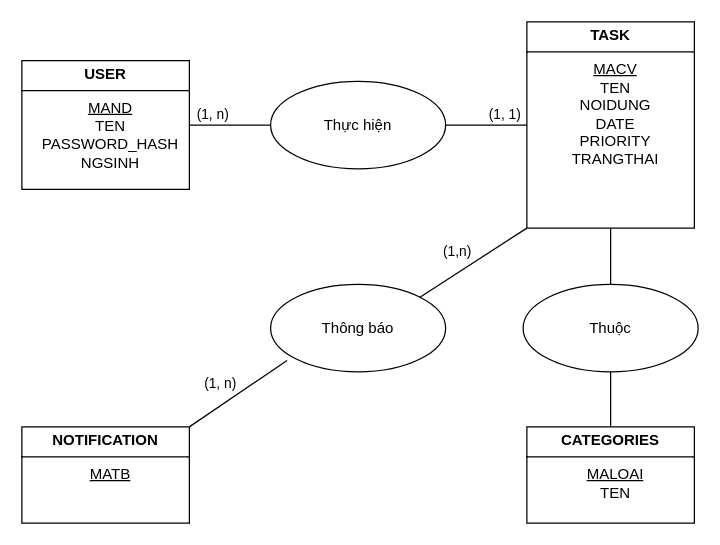
The draw.io diagram task_management.drawio in ippapi/diagram, before the edit. Source tidied: cells renumbered, new cells numbered last; positions are measured from the earlier drawing's top-left corner, leaving out a move shared by most shapes. Both pictures are drawn from the tidied source at 125%, with x=0, y=0 at pixel (21, 21).
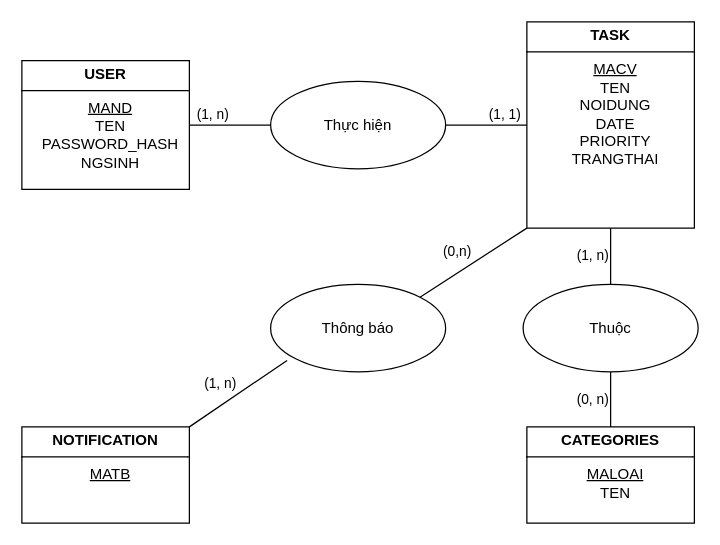
The same page after the edit.

Diff of the diagram source:
```diff
@@
 <mxGraphModel>
   <root>
     <mxCell id="0" />
     <mxCell id="1" parent="0" />
     <mxCell id="2" value="&lt;p style=&quot;margin: 4px 0px 0px;&quot;&gt;&lt;b&gt;USER&lt;/b&gt;&lt;/p&gt;&lt;hr size=&quot;1&quot; style=&quot;border-style:solid;&quot;&gt;&lt;p style=&quot;margin: 0px 0px 0px 8px;&quot;&gt;&lt;u&gt;MAND&lt;/u&gt;&lt;/p&gt;&lt;p style=&quot;margin: 0px 0px 0px 8px;&quot;&gt;TEN&lt;/p&gt;&lt;p style=&quot;margin: 0px 0px 0px 8px;&quot;&gt;PASSWORD_HASH&lt;/p&gt;&lt;p style=&quot;margin: 0px 0px 0px 8px;&quot;&gt;NGSINH&lt;/p&gt;" style="verticalAlign=top;align=center;overflow=fill;html=1;whiteSpace=wrap;" parent="1" vertex="1">
       <mxGeometry y="31" width="134" height="103" as="geometry" />
     </mxCell>
     <mxCell id="3" value="&lt;p style=&quot;margin: 4px 0px 0px;&quot;&gt;&lt;b style=&quot;&quot;&gt;TASK&lt;/b&gt;&lt;/p&gt;&lt;hr style=&quot;border-style:solid;&quot; size=&quot;1&quot;&gt;&lt;p style=&quot;margin:0px;margin-left:8px;&quot;&gt;&lt;u&gt;MACV&lt;/u&gt;&lt;/p&gt;&lt;p style=&quot;margin:0px;margin-left:8px;&quot;&gt;TEN&lt;/p&gt;&lt;p style=&quot;margin:0px;margin-left:8px;&quot;&gt;NOIDUNG&lt;/p&gt;&lt;p style=&quot;margin:0px;margin-left:8px;&quot;&gt;DATE&lt;/p&gt;&lt;p style=&quot;margin:0px;margin-left:8px;&quot;&gt;PRIORITY&lt;/p&gt;&lt;p style=&quot;margin:0px;margin-left:8px;&quot;&gt;TRANGTHAI&lt;/p&gt;" style="verticalAlign=top;align=center;overflow=fill;html=1;whiteSpace=wrap;" parent="1" vertex="1">
       <mxGeometry x="404" width="134" height="165" as="geometry" />
     </mxCell>
     <mxCell id="4" value="&lt;p style=&quot;margin: 4px 0px 0px;&quot;&gt;&lt;b&gt;CATEGORIES&lt;/b&gt;&lt;/p&gt;&lt;hr size=&quot;1&quot; style=&quot;border-style:solid;&quot;&gt;&lt;p style=&quot;margin: 0px 0px 0px 8px;&quot;&gt;&lt;u&gt;MALOAI&lt;/u&gt;&lt;/p&gt;&lt;p style=&quot;margin: 0px 0px 0px 8px;&quot;&gt;TEN&lt;/p&gt;" style="verticalAlign=top;align=center;overflow=fill;html=1;whiteSpace=wrap;" parent="1" vertex="1">
       <mxGeometry x="404" y="324" width="134" height="77" as="geometry" />
     </mxCell>
     <mxCell id="5" value="&lt;p style=&quot;margin: 4px 0px 0px;&quot;&gt;&lt;b&gt;NOTIFICATION&lt;/b&gt;&lt;/p&gt;&lt;hr size=&quot;1&quot; style=&quot;border-style:solid;&quot;&gt;&lt;p style=&quot;margin: 0px 0px 0px 8px;&quot;&gt;&lt;u&gt;MATB&lt;/u&gt;&lt;/p&gt;" style="verticalAlign=top;align=center;overflow=fill;html=1;whiteSpace=wrap;" parent="1" vertex="1">
       <mxGeometry y="324" width="134" height="77" as="geometry" />
     </mxCell>
     <mxCell id="6" value="Thực hiện" style="ellipse;whiteSpace=wrap;html=1;" parent="1" vertex="1">
       <mxGeometry x="199" y="47.5" width="140" height="70" as="geometry" />
     </mxCell>
     <mxCell id="7" value="(1, n)" style="endArrow=none;html=1;rounded=0;exitX=1;exitY=0.5;exitDx=0;exitDy=0;entryX=0;entryY=0.5;entryDx=0;entryDy=0;align=right;horizontal=1;verticalAlign=bottom;" parent="1" edge="1" source="2" target="6">
       <mxGeometry relative="1" as="geometry" />
     </mxCell>
     <mxCell id="8" value="(1, 1)" style="endArrow=none;html=1;rounded=0;exitX=1;exitY=0.5;exitDx=0;exitDy=0;entryX=0;entryY=0.5;entryDx=0;entryDy=0;align=left;verticalAlign=bottom;" parent="1" edge="1" source="6" target="3">
       <mxGeometry relative="1" as="geometry" />
     </mxCell>
     <mxCell id="9" value="Thuộc" style="ellipse;whiteSpace=wrap;html=1;" parent="1" vertex="1">
       <mxGeometry x="401" y="210" width="140" height="70" as="geometry" />
     </mxCell>
-    <mxCell id="10" style="endArrow=none;html=1;rounded=0;exitX=0.5;exitY=0;exitDx=0;exitDy=0;entryX=0.5;entryY=1;entryDx=0;entryDy=0;" parent="1" edge="1" source="9" target="3">
+    <mxCell id="10" value="(1, n)" style="endArrow=none;html=1;rounded=0;exitX=0.5;exitY=0;exitDx=0;exitDy=0;entryX=0.5;entryY=1;entryDx=0;entryDy=0;align=right;" parent="1" edge="1" source="9" target="3">
       <mxGeometry relative="1" as="geometry" />
     </mxCell>
-    <mxCell id="11" style="endArrow=none;html=1;rounded=0;exitX=0.5;exitY=0;exitDx=0;exitDy=0;entryX=0.5;entryY=1;entryDx=0;entryDy=0;" parent="1" edge="1" source="4" target="9">
-      <mxGeometry relative="1" as="geometry" />
+    <mxCell id="11" value="(0, n)" style="endArrow=none;html=1;rounded=0;entryX=0.5;entryY=1;entryDx=0;entryDy=0;align=right;verticalAlign=middle;" parent="1" edge="1" target="9">
+      <mxGeometry relative="1" as="geometry">
+        <mxPoint x="471" y="324" as="sourcePoint" />
+      </mxGeometry>
     </mxCell>
     <mxCell id="12" value="Thông báo" style="ellipse;whiteSpace=wrap;html=1;" parent="1" vertex="1">
       <mxGeometry x="199" y="210" width="140" height="70" as="geometry" />
     </mxCell>
     <mxCell id="13" value="(1, n)" style="endArrow=none;html=1;rounded=0;exitX=1;exitY=0;exitDx=0;exitDy=0;entryX=0.094;entryY=0.869;entryDx=0;entryDy=0;entryPerimeter=0;align=right;verticalAlign=bottom;" parent="1" edge="1" source="5" target="12">
       <mxGeometry relative="1" as="geometry" />
     </mxCell>
-    <mxCell id="14" value="(1,n)" style="endArrow=none;html=1;rounded=0;exitX=1;exitY=0;exitDx=0;exitDy=0;entryX=0;entryY=1;entryDx=0;entryDy=0;align=right;verticalAlign=bottom;" parent="1" edge="1" source="12" target="3">
+    <mxCell id="14" value="(0,n)" style="endArrow=none;html=1;rounded=0;exitX=1;exitY=0;exitDx=0;exitDy=0;entryX=0;entryY=1;entryDx=0;entryDy=0;align=right;verticalAlign=bottom;" parent="1" edge="1" source="12" target="3">
       <mxGeometry relative="1" as="geometry" />
     </mxCell>
   </root>
 </mxGraphModel>
```
